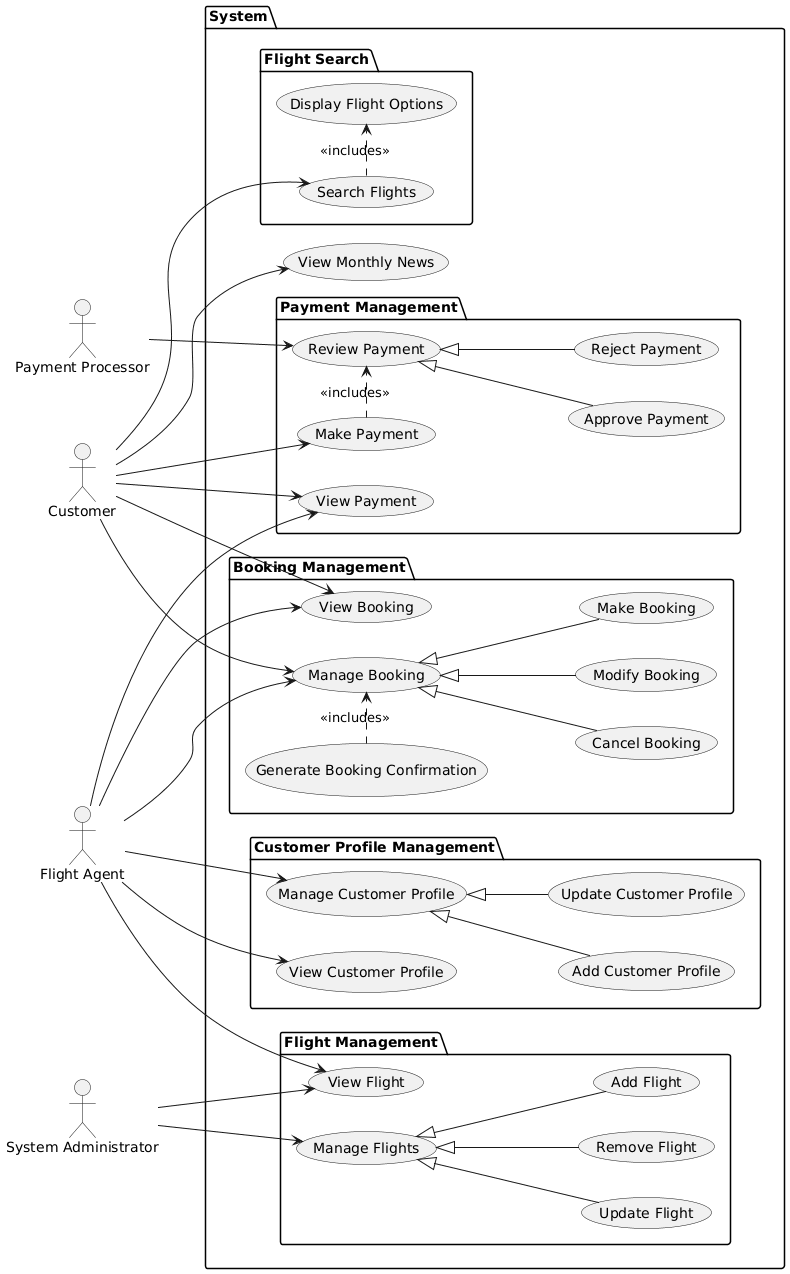
Earlier version of the PlantUML export docs/diagrams/usecase/system.png (camdnnn/614-Project). Its diagram source:
```plantuml
@startuml
left to right direction
actor "Customer" as Customer
actor "Flight Agent" as Agent
actor "System Administrator" as Admin

package "System" {
    package "Flight Search" {
        usecase "Search Flights" as UC1
        usecase "Display Flight Options" as UC2
    }

    package "Payment Management" {
        usecase "Make Payment" as UC16
        usecase "Review Payment" as UC17
        usecase "Approve Payment" as UC18
        usecase "Reject Payment" as UC19
        usecase "View Payment" as UC23
    }

    package "Booking Management" {
        usecase "Manage Booking" as UC3
        usecase "Make Booking" as UC4
        usecase "Cancel Booking" as UC5
        usecase "Modify Booking" as UC6
        usecase "Generate Booking Confirmation" as UC7
        usecase "View Booking" as UC21
    }

    package "Customer Profile Management" {
        usecase "Manage Customer Profile" as UC8
        usecase "Add Customer Profile" as UC9
        usecase "Update Customer Profile" as UC11
        usecase "View Customer Profile" as UC10
    }

    package "Flight Management" {
        usecase "Manage Flights" as UC12
        usecase "Add Flight" as UC13
        usecase "Update Flight" as UC14
        usecase "Remove Flight" as UC15
        usecase "View Flight" as UC22
    }



    usecase "View Monthly News" as UC20
}

actor "Payment Processor" as Processor

UC1 .> UC2 : <<includes>>

Customer --> UC1

UC3 <|-- UC4
UC3 <|-- UC5
UC3 <|-- UC6

UC7 .> UC3 : <<includes>>

Customer --> UC3
Agent --> UC3
Customer --> UC21
Agent --> UC21

UC8 <|-- UC9
UC8 <|-- UC11

Agent --> UC8
Agent --> UC10

UC12 <|-- UC13
UC12 <|-- UC14
UC12 <|-- UC15

Admin --> UC12
Admin --> UC22
Agent --> UC22

UC16 .> UC17 : <<includes>>
UC17 <|-- UC18
UC17 <|-- UC19

Customer --> UC16
Processor --> UC17

Customer --> UC20
Customer --> UC23
Agent --> UC23
@enduml
```
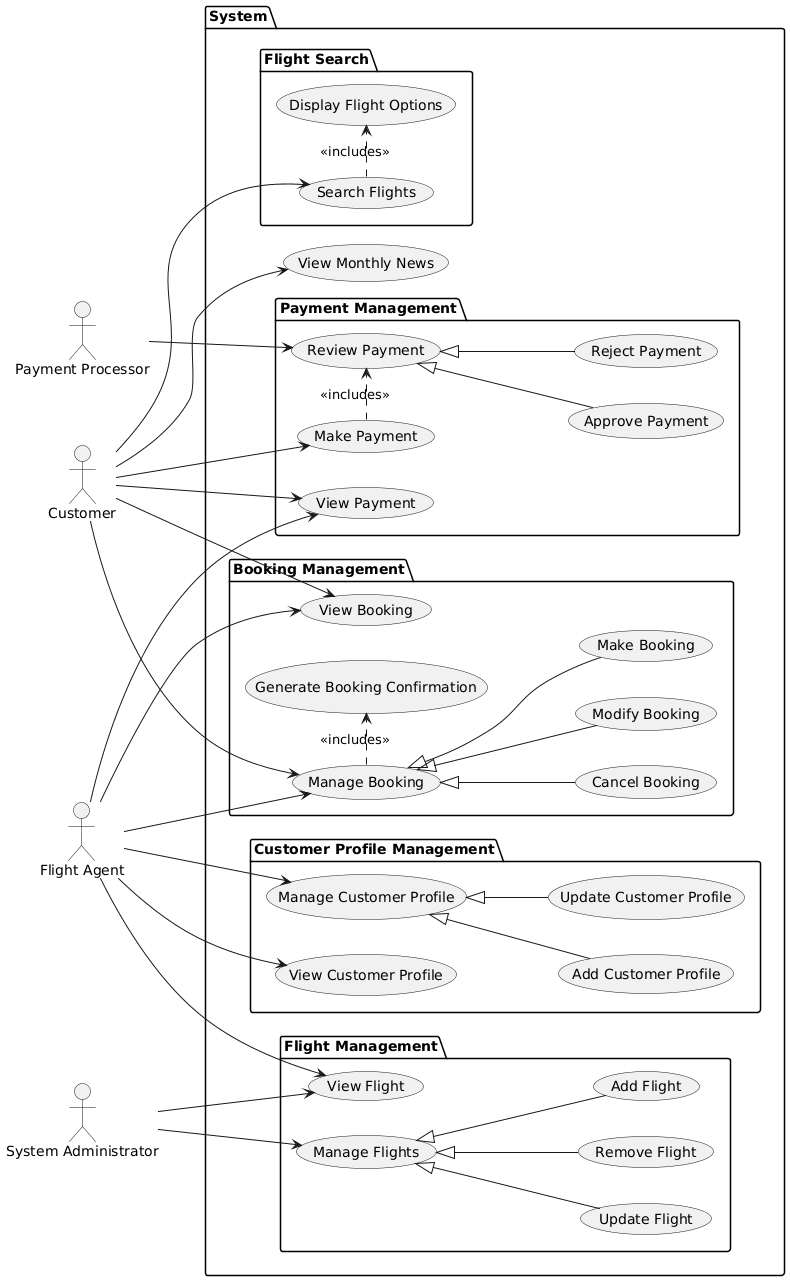
Above is the later version.

Commit message:
update system use case diagram image

Diff of the diagram source:
```diff
@@ -42,8 +42,6 @@
         usecase "View Flight" as UC22
     }
 
-
-
     usecase "View Monthly News" as UC20
 }
 
@@ -57,7 +55,7 @@
 UC3 <|-- UC5
 UC3 <|-- UC6
 
-UC7 .> UC3 : <<includes>>
+UC3 .> UC7 : <<includes>>
 
 Customer --> UC3
 Agent --> UC3
```
